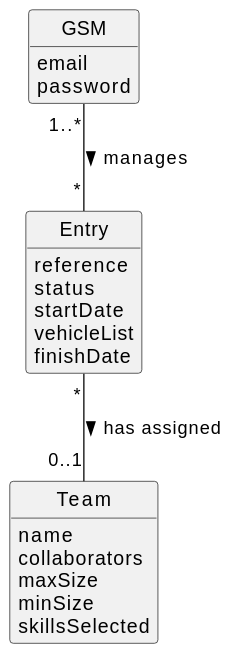
This is docs/sprintC/us023/02.analysis/svg/us023-domain-model.svg from francisc-o-liveira/lei-24-s2-1dp-g163, a PlantUML export, as it was before one commit.
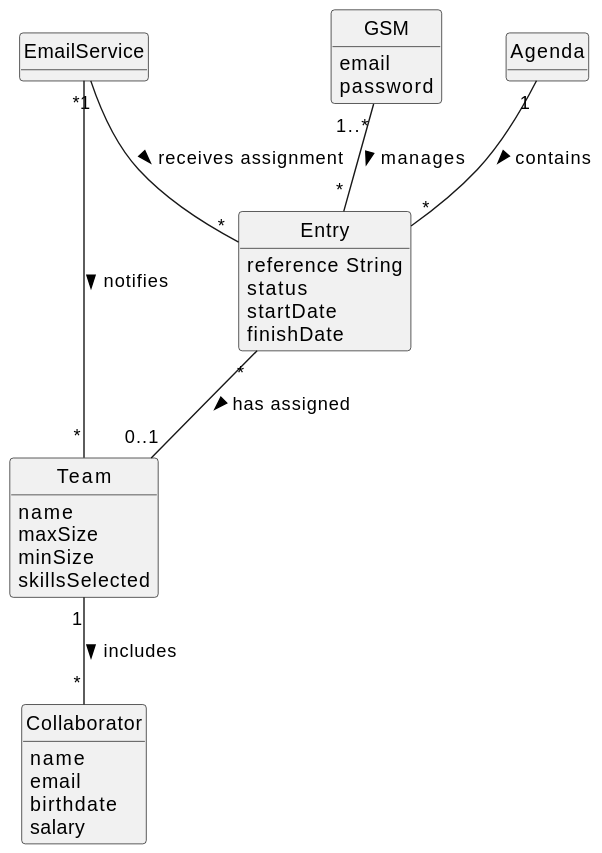
After the change.

Diff of the diagram source:
```diff
@@ -6,29 +6,48 @@
 hide circle
 hide methods
 
-class Entry{
-   reference
+class Entry {
+    reference String
     status
     startDate
-    vehicleList
     finishDate
 }
 
-class GSM{
+class GSM {
     email
     password
 }
 
 class Team {
     name
-    collaborators
     maxSize
     minSize
     skillsSelected
 }
 
+class Collaborator {
+    name
+    email
+    birthdate
+    salary
+}
+
+class EmailService {
+    +sendEmail(to: String, subject: String, body: String): void
+    +notifyTeamAssignment(entry: Entry, team: Team): void
+}
+
+class Agenda {
+}
 
 GSM "1..*" -- "*" Entry : manages >
 
 Entry "*" -- "0..1" Team : has assigned >
+
+Team "1" -- "*" Collaborator : includes >
+
+Agenda "1" -- "*" Entry: contains >
+
+EmailService "1" -- "*" Entry : receives assignment >
+EmailService "*" -- "*" Team : notifies >
 @enduml
```
